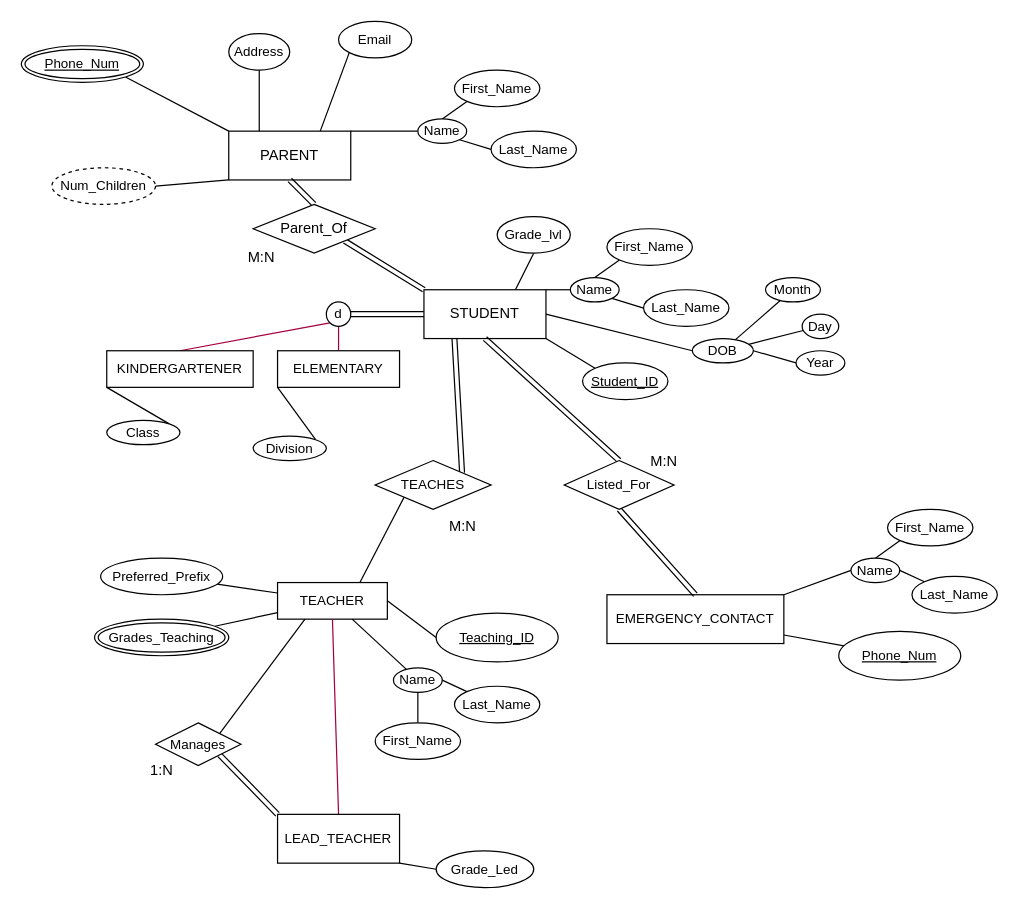
The draw.io diagram prompt2.drawio in NoahVickerson/ENSF300-Project2, before the edit. Source tidied: cells renumbered, new cells numbered last; positions are measured from the earlier drawing's top-left corner, leaving out a move shared by most shapes. Both pictures are drawn from the tidied source at 122%, with x=0, y=0 at pixel (21, 21).
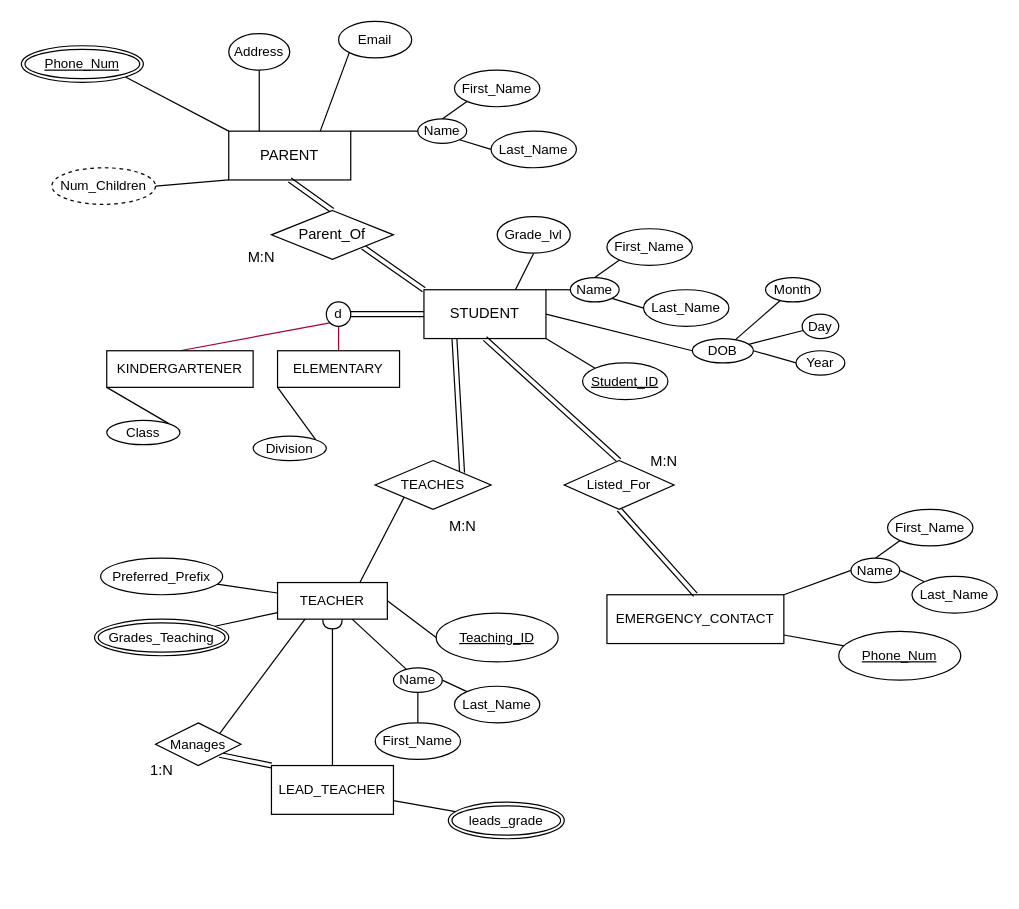
Above is the later version.

Commit message (it also covers changes not shown here):
changes to subclass display

Unchanged cells that the change refers to:
```xml
<mxCell id="62" value="TEACHER" style="whiteSpace=wrap;html=1;align=center;fontFamily=Helvetica;fontSize=11;fontColor=default;" parent="1" vertex="1">
  <mxGeometry x="210" y="460" width="90" height="30" as="geometry" />
</mxCell>
```

Diff of the diagram source:
```diff
@@
     <mxCell id="9" value="Parent_Of" style="shape=rhombus;perimeter=rhombusPerimeter;whiteSpace=wrap;html=1;align=center;" parent="1" vertex="1">
-      <mxGeometry x="190" y="150" width="100" height="40" as="geometry" />
+      <mxGeometry x="205" y="155" width="100" height="40" as="geometry" />
     </mxCell>
@@
-    <mxCell id="75" style="edgeStyle=none;shape=connector;rounded=1;html=1;exitX=0.5;exitY=0;exitDx=0;exitDy=0;entryX=0.5;entryY=1;entryDx=0;entryDy=0;labelBackgroundColor=default;strokeColor=#A50040;fontFamily=Helvetica;fontSize=11;fontColor=default;endArrow=none;endFill=0;fillColor=#d80073;" parent="1" edge="1" source="78" target="62">
+    <mxCell id="75" style="edgeStyle=none;shape=connector;rounded=1;html=1;exitX=0.5;exitY=0;exitDx=0;exitDy=0;entryX=0.5;entryY=1;entryDx=0;entryDy=0;labelBackgroundColor=default;fontFamily=Helvetica;fontSize=11;fontColor=default;endArrow=halfCircle;endFill=0;" parent="1" edge="1" source="78" target="62">
       <mxGeometry relative="1" as="geometry" />
     </mxCell>
@@
-    <mxCell id="77" style="edgeStyle=none;shape=connector;rounded=1;html=1;exitX=1;exitY=1;exitDx=0;exitDy=0;entryX=0;entryY=0.5;entryDx=0;entryDy=0;labelBackgroundColor=default;strokeColor=default;fontFamily=Helvetica;fontSize=11;fontColor=default;endArrow=none;endFill=0;" parent="1" edge="1" source="78" target="82">
-      <mxGeometry relative="1" as="geometry" />
-    </mxCell>
     <mxCell id="78" value="LEAD_TEACHER" style="whiteSpace=wrap;html=1;align=center;fontFamily=Helvetica;fontSize=11;fontColor=default;" parent="1" vertex="1">
-      <mxGeometry x="210" y="650" width="100" height="40" as="geometry" />
+      <mxGeometry x="205" y="610" width="100" height="40" as="geometry" />
     </mxCell>
@@
-    <mxCell id="82" value="Grade_Led" style="ellipse;whiteSpace=wrap;html=1;align=center;fontFamily=Helvetica;fontSize=11;fontColor=default;" parent="1" vertex="1">
-      <mxGeometry x="340" y="680" width="80" height="30" as="geometry" />
-    </mxCell>
@@
+    <mxCell id="88" style="edgeStyle=none;html=1;endArrow=none;endFill=0;" parent="1" edge="1" source="89" target="78">
+      <mxGeometry relative="1" as="geometry" />
+    </mxCell>
+    <mxCell id="89" value="&lt;span style=&quot;font-size: 11px;&quot;&gt;leads_grade&lt;/span&gt;" style="ellipse;shape=doubleEllipse;margin=3;whiteSpace=wrap;html=1;align=center;" parent="1" vertex="1">
+      <mxGeometry x="350" y="640" width="95" height="30" as="geometry" />
+    </mxCell>
```
